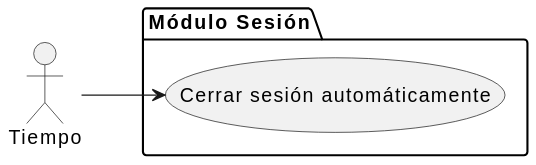
Before: documents/casos-de-uso/encontrarActoresYCasosDeUso/actoresYCasosDeUso-tiempo.svg, a diagram exported from PlantUML (martinlopez7/25-26-IdSw1-SdR).
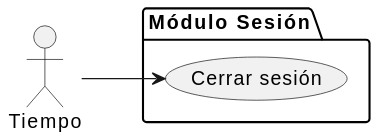
Later version of the same file.

Commit message:
feat(cu) : corrige listado de casos de uso de tiempo y administrador institucional [refs#42]

Change to the diagram source:
```diff
@@ -4,7 +4,7 @@
 actor "Tiempo" as tiempo
 
 package "Módulo Sesión" {
-  usecase "Cerrar sesión automáticamente" as UC40
+  usecase "Cerrar sesión" as UC40
 }
 
 tiempo --> UC40
```
